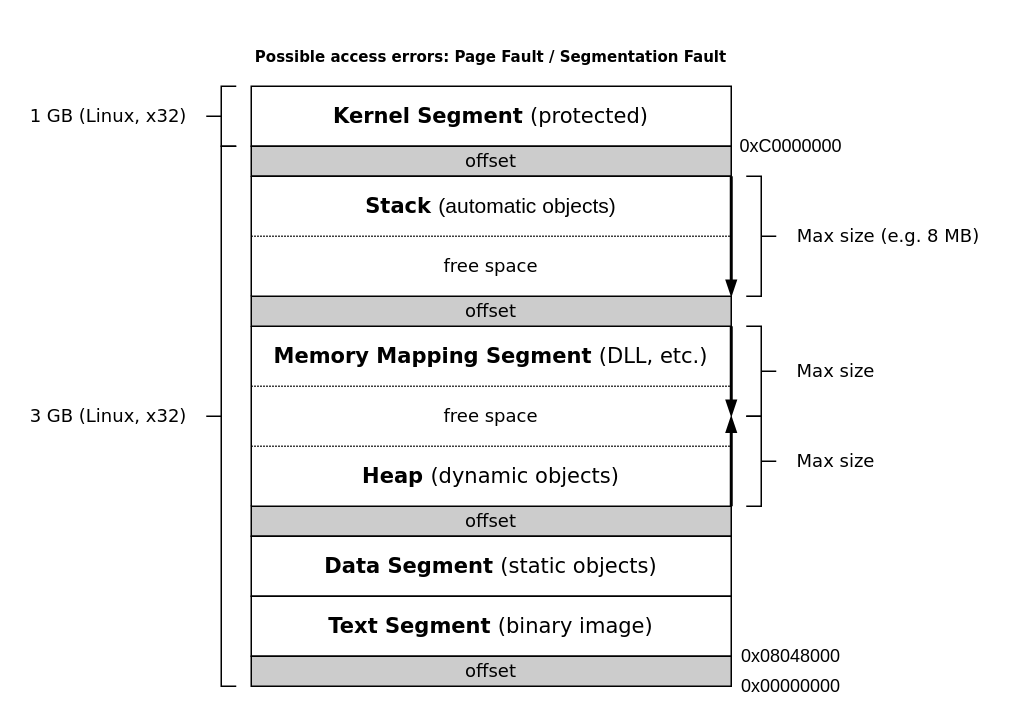
Above: projects/examples/source/section_10/process_memory.drawio in i-s-m-mipt/Education (draw.io), before the change. Source tidied: cells renumbered, new cells numbered last; positions are measured from the earlier drawing's top-left corner, leaving out a move shared by most shapes. Both pictures are drawn from the tidied source at 150%, with x=0, y=0 at pixel (26, 26).
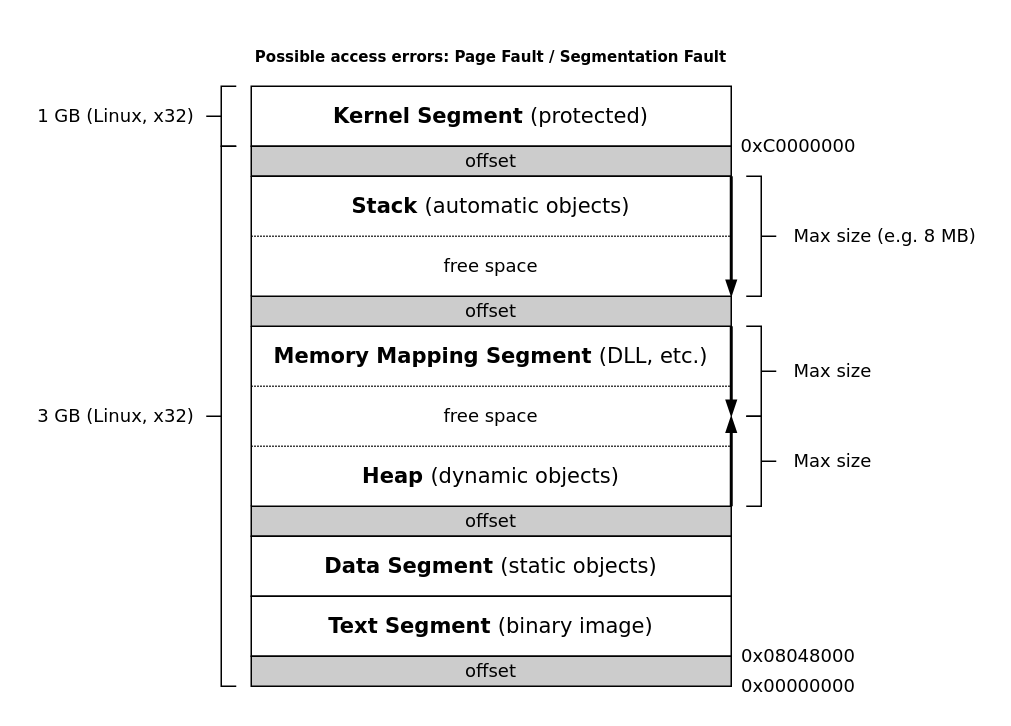
After the change.

Commit message (it also covers changes not shown here):
Доработан пример process_memory.

What changed in the source:
```diff
@@
-    <mxCell id="7" value="&lt;font size=&quot;1&quot; face=&quot;Verdana&quot;&gt;&lt;b style=&quot;font-size: 14px;&quot;&gt;Stack&amp;nbsp;&lt;/b&gt;&lt;/font&gt;&lt;font style=&quot;font-size: 14px;&quot;&gt;(automatic objects)&lt;/font&gt;" style="rounded=0;whiteSpace=wrap;html=1;strokeColor=none;" parent="1" vertex="1">
+    <mxCell id="7" value="&lt;font face=&quot;Verdana&quot;&gt;&lt;font size=&quot;1&quot;&gt;&lt;b style=&quot;font-size: 14px;&quot;&gt;Stack&amp;nbsp;&lt;/b&gt;&lt;/font&gt;&lt;font style=&quot;font-size: 14px;&quot;&gt;(automatic objects)&lt;/font&gt;&lt;/font&gt;" style="rounded=0;whiteSpace=wrap;html=1;strokeColor=none;" parent="1" vertex="1">
       <mxGeometry x="150" y="100" width="320" height="40" as="geometry" />
     </mxCell>
@@
-    <mxCell id="10" value="0xC0000000" style="text;html=1;strokeColor=none;fillColor=none;align=center;verticalAlign=middle;whiteSpace=wrap;rounded=0;" parent="1" vertex="1">
-      <mxGeometry x="470" y="70" width="80" height="20" as="geometry" />
+    <mxCell id="10" value="&lt;font face=&quot;Verdana&quot;&gt;0xC0000000&lt;/font&gt;" style="text;html=1;strokeColor=none;fillColor=none;align=center;verticalAlign=middle;whiteSpace=wrap;rounded=0;" parent="1" vertex="1">
+      <mxGeometry x="470" y="70" width="90" height="20" as="geometry" />
     </mxCell>
@@
-    <mxCell id="13" value="&lt;font face=&quot;Verdana&quot;&gt;Max size (e.g. 8 MB)&lt;/font&gt;" style="text;html=1;strokeColor=none;fillColor=none;align=center;verticalAlign=middle;whiteSpace=wrap;rounded=0;" parent="1" vertex="1">
+    <mxCell id="13" value="&lt;font face=&quot;Verdana&quot;&gt;Max size (e.g. 8 MB)&lt;/font&gt;" style="text;html=1;strokeColor=none;fillColor=none;align=left;verticalAlign=middle;whiteSpace=wrap;rounded=0;" parent="1" vertex="1">
       <mxGeometry x="510" y="130" width="130" height="20" as="geometry" />
     </mxCell>
@@
     <mxCell id="24" value="&lt;font face=&quot;Verdana&quot;&gt;1 GB (Linux, x32)&lt;/font&gt;" style="text;html=1;strokeColor=none;fillColor=none;align=center;verticalAlign=middle;whiteSpace=wrap;rounded=0;" parent="1" vertex="1">
-      <mxGeometry y="50" width="110" height="20" as="geometry" />
+      <mxGeometry y="50" width="120" height="20" as="geometry" />
     </mxCell>
@@
-    <mxCell id="27" value="0x08048000" style="text;html=1;strokeColor=none;fillColor=none;align=center;verticalAlign=middle;whiteSpace=wrap;rounded=0;" parent="1" vertex="1">
-      <mxGeometry x="470" y="410" width="80" height="20" as="geometry" />
+    <mxCell id="27" value="&lt;font face=&quot;Verdana&quot;&gt;0x08048000&lt;/font&gt;" style="text;html=1;strokeColor=none;fillColor=none;align=center;verticalAlign=middle;whiteSpace=wrap;rounded=0;" parent="1" vertex="1">
+      <mxGeometry x="470" y="410" width="90" height="20" as="geometry" />
     </mxCell>
@@
-    <mxCell id="29" value="0x00000000" style="text;html=1;strokeColor=none;fillColor=none;align=center;verticalAlign=middle;whiteSpace=wrap;rounded=0;" parent="1" vertex="1">
-      <mxGeometry x="470" y="430" width="80" height="20" as="geometry" />
+    <mxCell id="29" value="&lt;font face=&quot;Verdana&quot;&gt;0x00000000&lt;/font&gt;" style="text;html=1;strokeColor=none;fillColor=none;align=center;verticalAlign=middle;whiteSpace=wrap;rounded=0;" parent="1" vertex="1">
+      <mxGeometry x="470" y="430" width="90" height="20" as="geometry" />
     </mxCell>
@@
-    <mxCell id="31" value="&lt;font face=&quot;Verdana&quot;&gt;Max size&lt;/font&gt;" style="text;html=1;strokeColor=none;fillColor=none;align=center;verticalAlign=middle;whiteSpace=wrap;rounded=0;" parent="1" vertex="1">
+    <mxCell id="31" value="&lt;font face=&quot;Verdana&quot;&gt;Max size&lt;/font&gt;" style="text;html=1;strokeColor=none;fillColor=none;align=left;verticalAlign=middle;whiteSpace=wrap;rounded=0;" parent="1" vertex="1">
       <mxGeometry x="510" y="280" width="60" height="20" as="geometry" />
     </mxCell>
     <mxCell id="32" value="&lt;font face=&quot;Verdana&quot;&gt;3 GB (Linux, x32)&lt;/font&gt;" style="text;html=1;strokeColor=none;fillColor=none;align=center;verticalAlign=middle;whiteSpace=wrap;rounded=0;" parent="1" vertex="1">
-      <mxGeometry y="250" width="110" height="20" as="geometry" />
+      <mxGeometry y="250" width="120" height="20" as="geometry" />
     </mxCell>
@@
-    <mxCell id="34" value="&lt;font face=&quot;Verdana&quot;&gt;Max size&lt;/font&gt;" style="text;html=1;strokeColor=none;fillColor=none;align=center;verticalAlign=middle;whiteSpace=wrap;rounded=0;" parent="1" vertex="1">
+    <mxCell id="34" value="&lt;font face=&quot;Verdana&quot;&gt;Max size&lt;/font&gt;" style="text;html=1;strokeColor=none;fillColor=none;align=left;verticalAlign=middle;whiteSpace=wrap;rounded=0;" parent="1" vertex="1">
       <mxGeometry x="510" y="220" width="60" height="20" as="geometry" />
     </mxCell>
```
